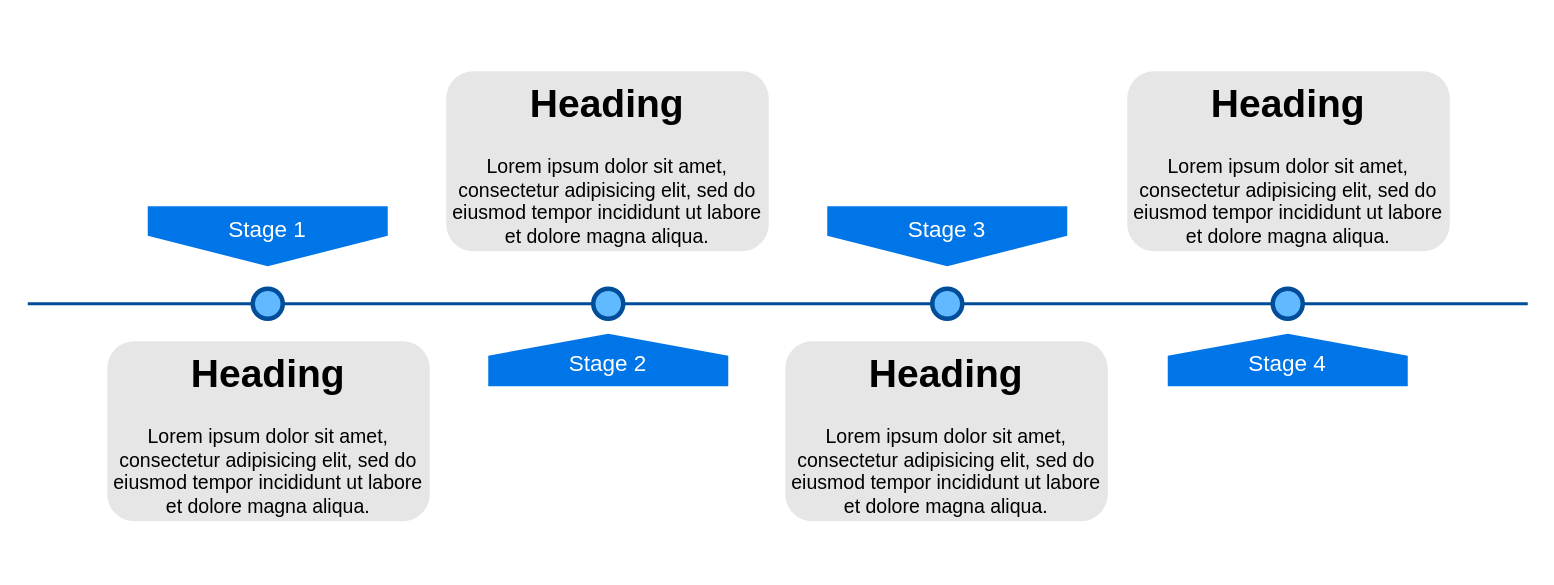
Earlier version of the draw.io diagram Diagrama sin título.drawio (EvaAnalytics/Images). Source tidied: cells renumbered, new cells numbered last; positions are measured from the earlier drawing's top-left corner, leaving out a move shared by most shapes. Both pictures are drawn from the tidied source at 150%, with x=0, y=0 at pixel (27, 70).
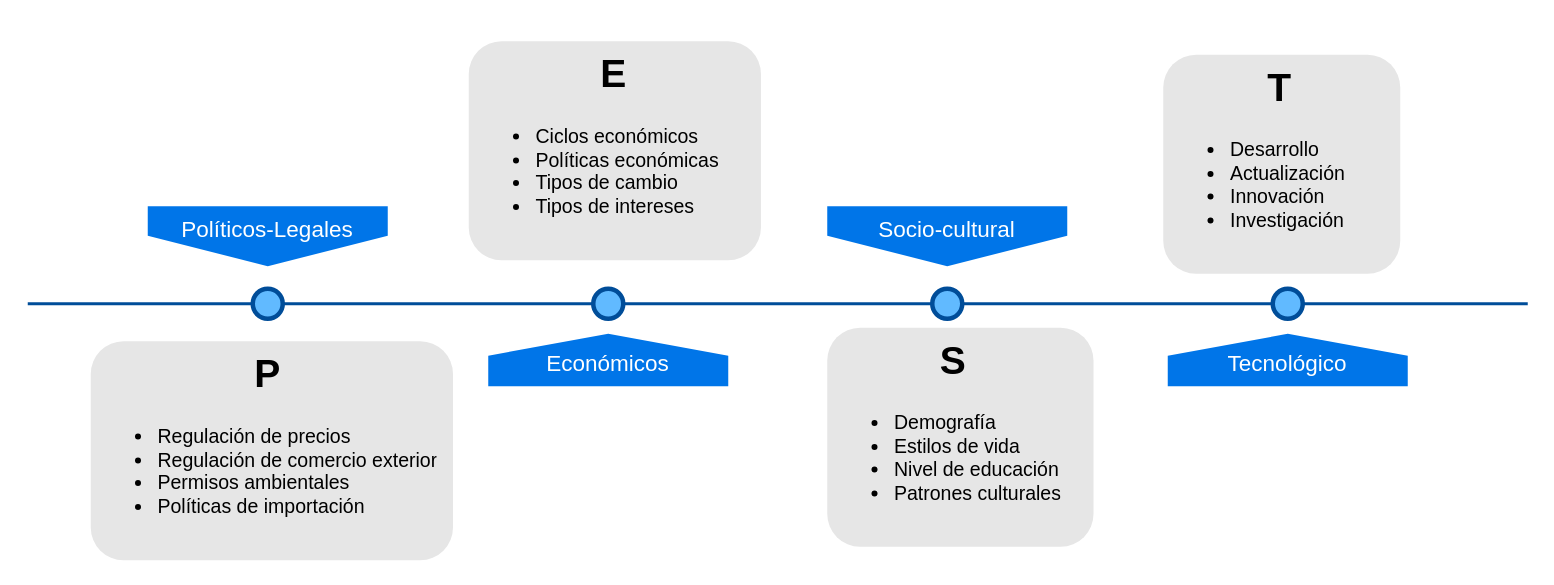
Above is the later version.

What changed in the source:
```diff
@@
 <mxGraphModel>
   <root>
     <mxCell id="0" />
     <mxCell id="1" parent="0" />
     <mxCell id="2" style="line;strokeWidth=2;html=1;fillColor=none;fontSize=28;fontColor=#004D99;strokeColor=#004D99;" parent="1" vertex="1">
       <mxGeometry y="150" width="1000" height="10" as="geometry" />
     </mxCell>
-    <mxCell id="3" value="Stage 1" style="shape=offPageConnector;whiteSpace=wrap;html=1;fillColor=#0075E8;fontSize=15;fontColor=#FFFFFF;size=0.5093750000000015;verticalAlign=top;strokeColor=none;" parent="1" vertex="1">
+    <mxCell id="3" value="Políticos-Legales" style="shape=offPageConnector;whiteSpace=wrap;html=1;fillColor=#0075E8;fontSize=15;fontColor=#FFFFFF;size=0.5093750000000015;verticalAlign=top;strokeColor=none;" parent="1" vertex="1">
       <mxGeometry x="80" y="90" width="160" height="40" as="geometry" />
     </mxCell>
-    <mxCell id="4" value="&lt;span&gt;Stage 3&lt;/span&gt;" style="shape=offPageConnector;whiteSpace=wrap;html=1;fillColor=#0075E8;fontSize=15;fontColor=#FFFFFF;size=0.5093750000000015;verticalAlign=top;strokeColor=none;" parent="1" vertex="1">
+    <mxCell id="4" value="Socio-cultural" style="shape=offPageConnector;whiteSpace=wrap;html=1;fillColor=#0075E8;fontSize=15;fontColor=#FFFFFF;size=0.5093750000000015;verticalAlign=top;strokeColor=none;" parent="1" vertex="1">
       <mxGeometry x="533" y="90" width="160" height="40" as="geometry" />
     </mxCell>
-    <mxCell id="5" value="&lt;span&gt;Stage 2&lt;/span&gt;" style="shape=offPageConnector;whiteSpace=wrap;html=1;fillColor=#0075E8;fontSize=15;fontColor=#FFFFFF;size=0.4178571428571445;flipV=1;verticalAlign=bottom;strokeColor=none;spacingBottom=4;" parent="1" vertex="1">
+    <mxCell id="5" value="Económicos" style="shape=offPageConnector;whiteSpace=wrap;html=1;fillColor=#0075E8;fontSize=15;fontColor=#FFFFFF;size=0.4178571428571445;flipV=1;verticalAlign=bottom;strokeColor=none;spacingBottom=4;" parent="1" vertex="1">
       <mxGeometry x="307" y="175" width="160" height="35" as="geometry" />
     </mxCell>
-    <mxCell id="6" value="&lt;span&gt;Stage 4&lt;/span&gt;" style="shape=offPageConnector;whiteSpace=wrap;html=1;fillColor=#0075E8;fontSize=15;fontColor=#FFFFFF;size=0.4178571428571445;flipV=1;verticalAlign=bottom;strokeColor=none;spacingBottom=4;" parent="1" vertex="1">
+    <mxCell id="6" value="Tecnológico" style="shape=offPageConnector;whiteSpace=wrap;html=1;fillColor=#0075E8;fontSize=15;fontColor=#FFFFFF;size=0.4178571428571445;flipV=1;verticalAlign=bottom;strokeColor=none;spacingBottom=4;" parent="1" vertex="1">
       <mxGeometry x="760" y="175" width="160" height="35" as="geometry" />
     </mxCell>
     <mxCell id="7" style="ellipse;whiteSpace=wrap;html=1;fillColor=#61BAFF;fontSize=28;fontColor=#004D99;strokeWidth=3;strokeColor=#004D99;" parent="1" vertex="1">
       <mxGeometry x="150" y="145" width="20" height="20" as="geometry" />
     </mxCell>
     <mxCell id="8" style="ellipse;whiteSpace=wrap;html=1;fillColor=#61BAFF;fontSize=28;fontColor=#004D99;strokeWidth=3;strokeColor=#004D99;" parent="1" vertex="1">
       <mxGeometry x="377" y="145" width="20" height="20" as="geometry" />
     </mxCell>
     <mxCell id="9" style="ellipse;whiteSpace=wrap;html=1;fillColor=#61BAFF;fontSize=28;fontColor=#004D99;strokeWidth=3;strokeColor=#004D99;" parent="1" vertex="1">
       <mxGeometry x="603" y="145" width="20" height="20" as="geometry" />
     </mxCell>
     <mxCell id="10" style="ellipse;whiteSpace=wrap;html=1;fillColor=#61BAFF;fontSize=28;fontColor=#004D99;strokeWidth=3;strokeColor=#004D99;" parent="1" vertex="1">
       <mxGeometry x="830" y="145" width="20" height="20" as="geometry" />
     </mxCell>
-    <mxCell id="11" value="&lt;h1&gt;Heading&lt;/h1&gt;&lt;p&gt;Lorem ipsum dolor sit amet, consectetur adipisicing elit, sed do eiusmod tempor incididunt ut labore et dolore magna aliqua.&lt;/p&gt;" style="text;html=1;spacing=5;spacingTop=-20;whiteSpace=wrap;overflow=hidden;strokeColor=none;strokeWidth=3;fillColor=#E6E6E6;fontSize=13;fontColor=#000000;align=center;rounded=1;" parent="1" vertex="1">
-      <mxGeometry x="53" y="180" width="215" height="120" as="geometry" />
+    <mxCell id="11" value="&lt;h1 align=&quot;center&quot;&gt;P&lt;/h1&gt;&lt;div align=&quot;left&quot;&gt;&lt;ul&gt;&lt;li&gt;Regulación de precios&lt;/li&gt;&lt;li&gt;Regulación de comercio exterior&lt;br&gt;&lt;/li&gt;&lt;li&gt;Permisos ambientales &lt;br&gt;&lt;/li&gt;&lt;li&gt;Políticas de importación &lt;br&gt;&lt;/li&gt;&lt;/ul&gt;&lt;/div&gt;" style="text;html=1;spacing=5;spacingTop=-20;whiteSpace=wrap;overflow=hidden;strokeColor=none;strokeWidth=3;fillColor=#E6E6E6;fontSize=13;fontColor=#000000;align=left;rounded=1;" parent="1" vertex="1">
+      <mxGeometry x="42" y="180" width="241.5" height="146" as="geometry" />
     </mxCell>
-    <mxCell id="12" value="&lt;h1&gt;Heading&lt;/h1&gt;&lt;p&gt;Lorem ipsum dolor sit amet, consectetur adipisicing elit, sed do eiusmod tempor incididunt ut labore et dolore magna aliqua.&lt;/p&gt;" style="text;html=1;spacing=5;spacingTop=-20;whiteSpace=wrap;overflow=hidden;strokeColor=none;strokeWidth=3;fillColor=#E6E6E6;fontSize=13;fontColor=#000000;align=center;rounded=1;" parent="1" vertex="1">
-      <mxGeometry x="279" width="215" height="120" as="geometry" />
-    </mxCell>
-    <mxCell id="13" value="&lt;h1&gt;Heading&lt;/h1&gt;&lt;p&gt;Lorem ipsum dolor sit amet, consectetur adipisicing elit, sed do eiusmod tempor incididunt ut labore et dolore magna aliqua.&lt;/p&gt;" style="text;html=1;spacing=5;spacingTop=-20;whiteSpace=wrap;overflow=hidden;strokeColor=none;strokeWidth=3;fillColor=#E6E6E6;fontSize=13;fontColor=#000000;align=center;rounded=1;" parent="1" vertex="1">
-      <mxGeometry x="505" y="180" width="215" height="120" as="geometry" />
-    </mxCell>
-    <mxCell id="14" value="&lt;h1&gt;Heading&lt;/h1&gt;&lt;p&gt;Lorem ipsum dolor sit amet, consectetur adipisicing elit, sed do eiusmod tempor incididunt ut labore et dolore magna aliqua.&lt;/p&gt;" style="text;html=1;spacing=5;spacingTop=-20;whiteSpace=wrap;overflow=hidden;strokeColor=none;strokeWidth=3;fillColor=#E6E6E6;fontSize=13;fontColor=#000000;align=center;rounded=1;" parent="1" vertex="1">
-      <mxGeometry x="733" width="215" height="120" as="geometry" />
-    </mxCell>
+    <mxCell id="15" value="&lt;h1 align=&quot;center&quot;&gt;&amp;nbsp;&amp;nbsp; E&lt;br&gt;&lt;/h1&gt;&lt;div align=&quot;left&quot;&gt;&lt;ul&gt;&lt;li&gt;Ciclos económicos&lt;br&gt;&lt;/li&gt;&lt;li&gt;Políticas económicas&lt;br&gt;&lt;/li&gt;&lt;li&gt;Tipos de cambio&lt;br&gt;&lt;/li&gt;&lt;li&gt;Tipos de intereses &lt;br&gt;&lt;/li&gt;&lt;/ul&gt;&lt;/div&gt;" style="text;html=1;spacing=5;spacingTop=-20;whiteSpace=wrap;overflow=hidden;strokeColor=none;strokeWidth=3;fillColor=#E6E6E6;fontSize=13;fontColor=#000000;align=left;rounded=1;" parent="1" vertex="1">
+      <mxGeometry x="294" y="-20" width="194.8" height="146" as="geometry" />
+    </mxCell>
+    <mxCell id="16" value="&lt;h1 align=&quot;center&quot;&gt;&amp;nbsp;S&lt;br&gt;&lt;/h1&gt;&lt;div align=&quot;left&quot;&gt;&lt;ul&gt;&lt;li&gt;Demografía&lt;/li&gt;&lt;li&gt;Estilos de vida&lt;br&gt;&lt;/li&gt;&lt;li&gt;Nivel de educación &lt;br&gt;&lt;/li&gt;&lt;li&gt;Patrones culturales &lt;br&gt;&lt;/li&gt;&lt;/ul&gt;&lt;/div&gt;" style="text;html=1;spacing=5;spacingTop=-20;whiteSpace=wrap;overflow=hidden;strokeColor=none;strokeWidth=3;fillColor=#E6E6E6;fontSize=13;fontColor=#000000;align=left;rounded=1;" parent="1" vertex="1">
+      <mxGeometry x="533" y="171" width="177.5" height="146" as="geometry" />
+    </mxCell>
+    <mxCell id="17" value="&lt;h1 align=&quot;center&quot;&gt;&amp;nbsp;&amp;nbsp;&amp;nbsp; T&lt;br&gt;&lt;/h1&gt;&lt;div align=&quot;left&quot;&gt;&lt;ul&gt;&lt;li&gt;Desarrollo&lt;/li&gt;&lt;li&gt;Actualización&lt;br&gt;&lt;/li&gt;&lt;li&gt;Innovación &lt;br&gt;&lt;/li&gt;&lt;li&gt;Investigación &lt;br&gt;&lt;/li&gt;&lt;/ul&gt;&lt;/div&gt;" style="text;html=1;spacing=5;spacingTop=-20;whiteSpace=wrap;overflow=hidden;strokeColor=none;strokeWidth=3;fillColor=#E6E6E6;fontSize=13;fontColor=#000000;align=left;rounded=1;" parent="1" vertex="1">
+      <mxGeometry x="757" y="-11" width="158" height="146" as="geometry" />
+    </mxCell>
   </root>
 </mxGraphModel>
```
